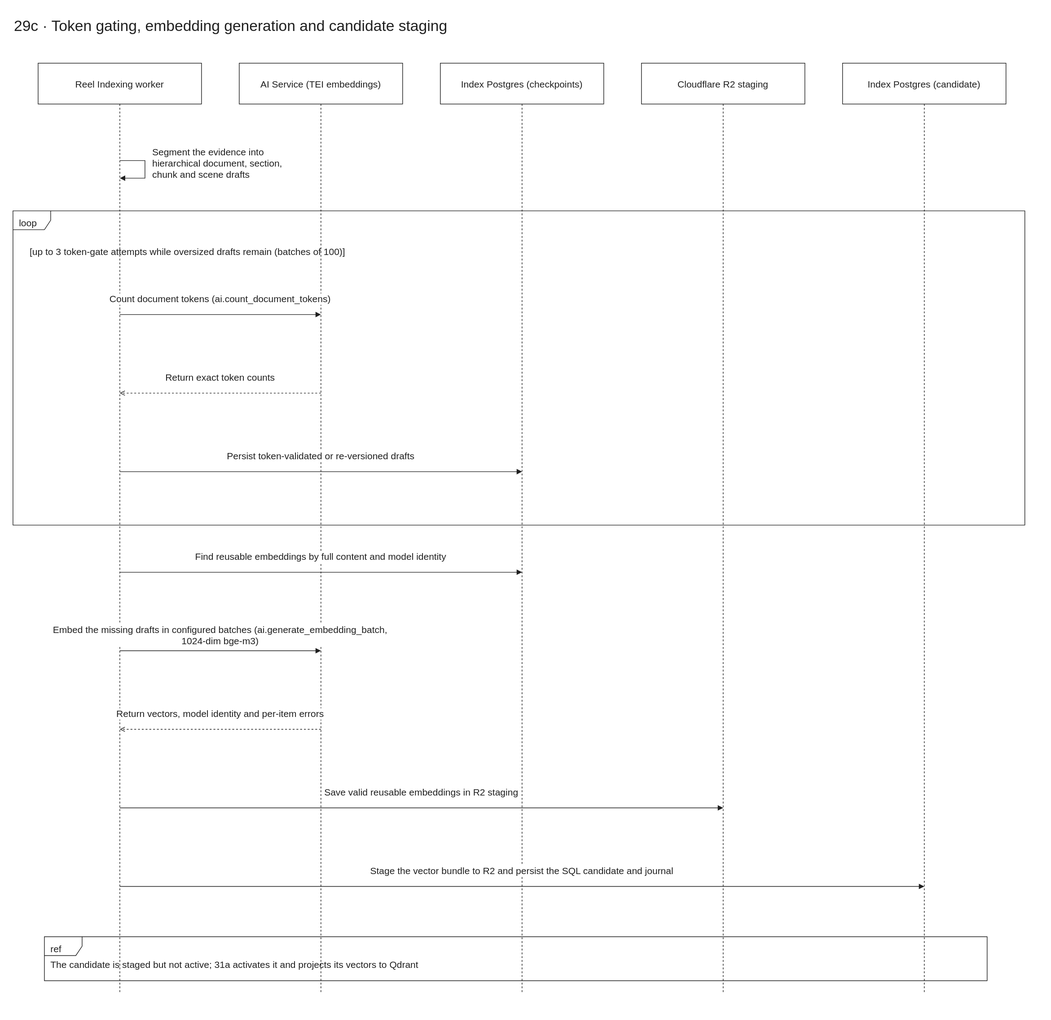
Before: docs/diagrams/velora-current/importable-svg/29c-index-vectorization-staging.drawio.svg, a diagram exported from draw.io (HieuCuteDangYeu/velora-backend). Source tidied: cells renumbered, new cells last; positions are measured from the earlier drawing's top-left corner, leaving out a move shared by most shapes.
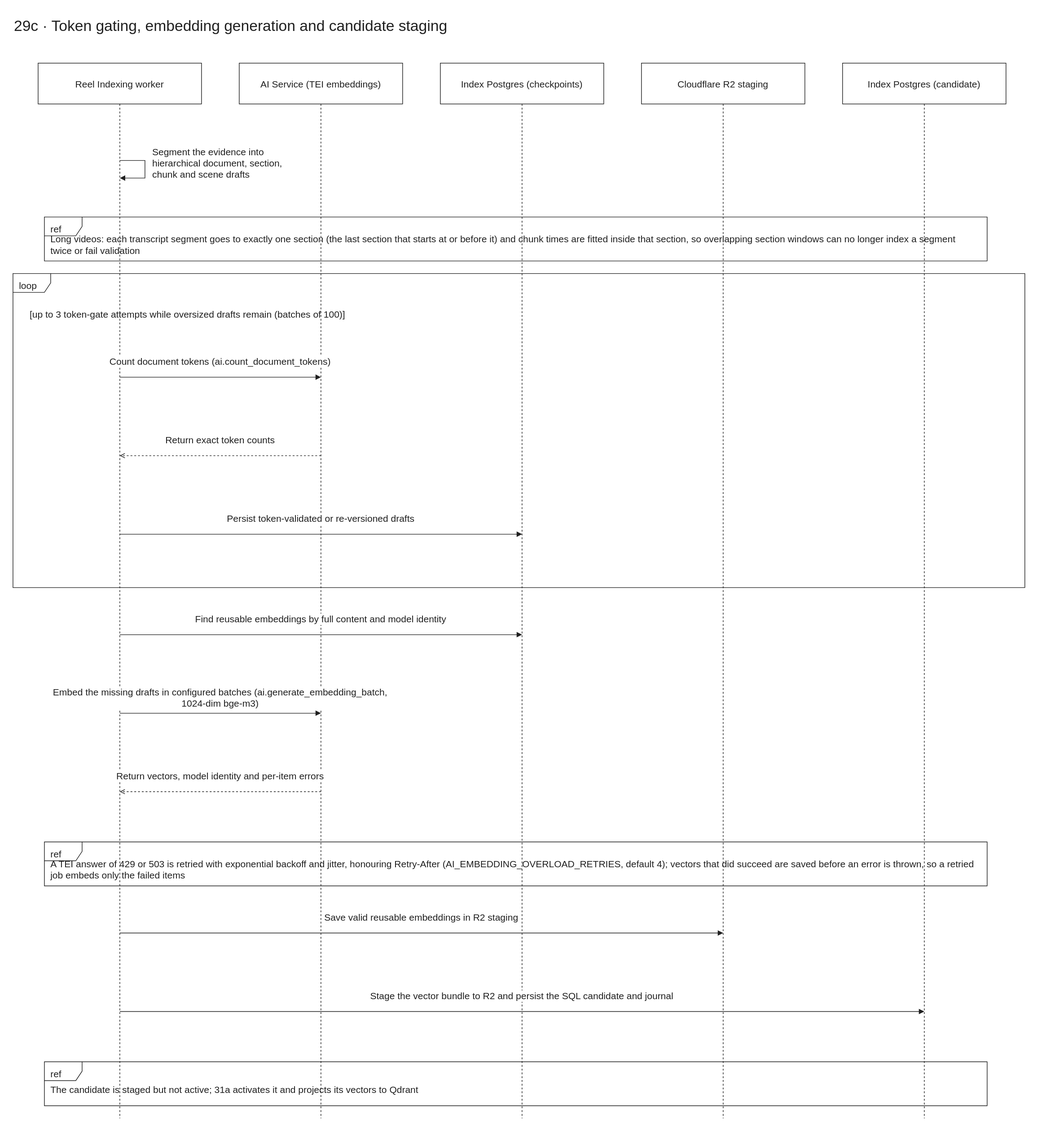
After the commit.

What changed in the source:
```diff
@@ -2,36 +2,36 @@
   <root>
     <mxCell id="0" />
     <mxCell id="1" parent="0" />
+    <mxCell id="26" style="html=1;fontFamily=Arial;fontSize=15;fontColor=light-dark(#202020,#eeeeee);strokeColor=light-dark(#202020,#eeeeee);dashed=1;endArrow=none;" parent="1" edge="1">
+      <mxGeometry relative="1" as="geometry">
+        <mxPoint x="1450" y="145" as="sourcePoint" />
+        <mxPoint x="1450" y="1760" as="targetPoint" />
+      </mxGeometry>
+    </mxCell>
+    <mxCell id="27" style="html=1;fontFamily=Arial;fontSize=15;fontColor=light-dark(#202020,#eeeeee);strokeColor=light-dark(#202020,#eeeeee);dashed=1;endArrow=none;" parent="1" edge="1">
+      <mxGeometry relative="1" as="geometry">
+        <mxPoint x="1130" y="145" as="sourcePoint" />
+        <mxPoint x="1130" y="1760" as="targetPoint" />
+      </mxGeometry>
+    </mxCell>
+    <mxCell id="28" style="html=1;fontFamily=Arial;fontSize=15;fontColor=light-dark(#202020,#eeeeee);strokeColor=light-dark(#202020,#eeeeee);dashed=1;endArrow=none;" parent="1" edge="1">
+      <mxGeometry relative="1" as="geometry">
+        <mxPoint x="810" y="145" as="sourcePoint" />
+        <mxPoint x="810" y="1760" as="targetPoint" />
+      </mxGeometry>
+    </mxCell>
+    <mxCell id="29" style="html=1;fontFamily=Arial;fontSize=15;fontColor=light-dark(#202020,#eeeeee);strokeColor=light-dark(#202020,#eeeeee);dashed=1;endArrow=none;" parent="1" edge="1">
+      <mxGeometry relative="1" as="geometry">
+        <mxPoint x="490" y="145" as="sourcePoint" />
+        <mxPoint x="490" y="1760" as="targetPoint" />
+      </mxGeometry>
+    </mxCell>
     <mxCell id="2" style="html=1;fontFamily=Arial;fontSize=15;fontColor=light-dark(#202020,#eeeeee);strokeColor=light-dark(#202020,#eeeeee);dashed=1;endArrow=none;" parent="1" edge="1">
       <mxGeometry relative="1" as="geometry">
-        <mxPoint x="1450" y="145" as="sourcePoint" />
-        <mxPoint x="1450" y="1560" as="targetPoint" />
+        <mxPoint x="170" y="145" as="sourcePoint" />
+        <mxPoint x="170" y="1760" as="targetPoint" />
       </mxGeometry>
     </mxCell>
-    <mxCell id="3" style="html=1;fontFamily=Arial;fontSize=15;fontColor=light-dark(#202020,#eeeeee);strokeColor=light-dark(#202020,#eeeeee);dashed=1;endArrow=none;" parent="1" edge="1">
-      <mxGeometry relative="1" as="geometry">
-        <mxPoint x="1130" y="145" as="sourcePoint" />
-        <mxPoint x="1130" y="1560" as="targetPoint" />
-      </mxGeometry>
-    </mxCell>
-    <mxCell id="4" style="html=1;fontFamily=Arial;fontSize=15;fontColor=light-dark(#202020,#eeeeee);strokeColor=light-dark(#202020,#eeeeee);dashed=1;endArrow=none;" parent="1" edge="1">
-      <mxGeometry relative="1" as="geometry">
-        <mxPoint x="810" y="145" as="sourcePoint" />
-        <mxPoint x="810" y="1560" as="targetPoint" />
-      </mxGeometry>
-    </mxCell>
-    <mxCell id="5" style="html=1;fontFamily=Arial;fontSize=15;fontColor=light-dark(#202020,#eeeeee);strokeColor=light-dark(#202020,#eeeeee);dashed=1;endArrow=none;" parent="1" edge="1">
-      <mxGeometry relative="1" as="geometry">
-        <mxPoint x="490" y="145" as="sourcePoint" />
-        <mxPoint x="490" y="1560" as="targetPoint" />
-      </mxGeometry>
-    </mxCell>
-    <mxCell id="6" style="html=1;fontFamily=Arial;fontSize=15;fontColor=light-dark(#202020,#eeeeee);strokeColor=light-dark(#202020,#eeeeee);dashed=1;endArrow=none;" parent="1" edge="1">
-      <mxGeometry relative="1" as="geometry">
-        <mxPoint x="170" y="145" as="sourcePoint" />
-        <mxPoint x="170" y="1560" as="targetPoint" />
-      </mxGeometry>
-    </mxCell>
     <mxCell id="7" value="29c · Token gating, embedding generation and candidate staging" style="html=1;fontFamily=Arial;fontSize=15;fontColor=light-dark(#202020,#eeeeee);strokeColor=light-dark(#202020,#eeeeee);text;fontSize=24;align=left;strokeColor=none;fillColor=none;" parent="1" vertex="1">
       <mxGeometry width="1610" height="50" as="geometry" />
     </mxCell>
@@ -61,73 +61,85 @@
         <mxPoint x="10" y="-10" as="offset" />
       </mxGeometry>
     </mxCell>
-    <mxCell id="14" value="loop" style="html=1;fontFamily=Arial;fontSize=15;fontColor=light-dark(#202020,#eeeeee);strokeColor=light-dark(#202020,#eeeeee);shape=umlFrame;fillColor=none;align=left;verticalAlign=top;spacingLeft=8;spacingTop=4;" parent="1" vertex="1">
-      <mxGeometry y="315" width="1610" height="500" as="geometry" />
+    <mxCell id="14" value="ref" style="html=1;fontFamily=Arial;fontSize=15;fontColor=light-dark(#202020,#eeeeee);strokeColor=light-dark(#202020,#eeeeee);shape=umlFrame;fillColor=light-dark(#ffffff,#181818);align=left;verticalAlign=top;spacingLeft=8;spacingTop=4;" parent="1" vertex="1">
+      <mxGeometry x="50" y="325" width="1500" height="70" as="geometry" />
     </mxCell>
-    <mxCell id="15" value="[up to 3 token-gate attempts while oversized drafts remain (batches of 100)]" style="html=1;fontFamily=Arial;fontSize=15;fontColor=light-dark(#202020,#eeeeee);strokeColor=light-dark(#202020,#eeeeee);text;whiteSpace=wrap;align=left;strokeColor=none;fillColor=none;" parent="1" vertex="1">
-      <mxGeometry x="25" y="365" width="1550" height="45" as="geometry" />
+    <mxCell id="15" value="Long videos: each transcript segment goes to exactly one section (the last section that starts at or before it) and chunk times are fitted inside that section, so overlapping section windows can no longer index a segment twice or fail validation" style="html=1;fontFamily=Arial;fontSize=15;fontColor=light-dark(#202020,#eeeeee);strokeColor=light-dark(#202020,#eeeeee);text;whiteSpace=wrap;align=left;verticalAlign=middle;strokeColor=none;fillColor=none;" parent="1" vertex="1">
+      <mxGeometry x="58" y="347" width="1480" height="44" as="geometry" />
     </mxCell>
-    <mxCell id="16" value="Count document tokens (ai.count_document_tokens)" style="html=1;fontFamily=Arial;fontSize=15;fontColor=light-dark(#202020,#eeeeee);strokeColor=light-dark(#202020,#eeeeee);endArrow=block;endFill=1;labelBackgroundColor=#ffffff;labelWidth=550;whiteSpace=wrap;align=center;" parent="1" edge="1">
-      <mxGeometry relative="1" as="geometry">
-        <mxPoint x="170" y="480" as="sourcePoint" />
-        <mxPoint x="490" y="480" as="targetPoint" />
-        <mxPoint y="-25" as="offset" />
-      </mxGeometry>
+    <mxCell id="16" value="loop" style="html=1;fontFamily=Arial;fontSize=15;fontColor=light-dark(#202020,#eeeeee);strokeColor=light-dark(#202020,#eeeeee);shape=umlFrame;fillColor=none;align=left;verticalAlign=top;spacingLeft=8;spacingTop=4;" parent="1" vertex="1">
+      <mxGeometry y="415" width="1610" height="500" as="geometry" />
     </mxCell>
-    <mxCell id="17" value="Return exact token counts" style="html=1;fontFamily=Arial;fontSize=15;fontColor=light-dark(#202020,#eeeeee);strokeColor=light-dark(#202020,#eeeeee);endArrow=open;dashed=1;labelBackgroundColor=#ffffff;labelWidth=550;whiteSpace=wrap;align=center;" parent="1" edge="1">
-      <mxGeometry relative="1" as="geometry">
-        <mxPoint x="490" y="605" as="sourcePoint" />
-        <mxPoint x="170" y="605" as="targetPoint" />
-        <mxPoint y="-25" as="offset" />
-      </mxGeometry>
+    <mxCell id="17" value="[up to 3 token-gate attempts while oversized drafts remain (batches of 100)]" style="html=1;fontFamily=Arial;fontSize=15;fontColor=light-dark(#202020,#eeeeee);strokeColor=light-dark(#202020,#eeeeee);text;whiteSpace=wrap;align=left;strokeColor=none;fillColor=none;" parent="1" vertex="1">
+      <mxGeometry x="25" y="465" width="1550" height="45" as="geometry" />
     </mxCell>
-    <mxCell id="18" value="Persist token-validated or re-versioned drafts" style="html=1;fontFamily=Arial;fontSize=15;fontColor=light-dark(#202020,#eeeeee);strokeColor=light-dark(#202020,#eeeeee);endArrow=block;endFill=1;labelBackgroundColor=#ffffff;labelWidth=550;whiteSpace=wrap;align=center;" parent="1" edge="1">
+    <mxCell id="18" value="Count document tokens (ai.count_document_tokens)" style="html=1;fontFamily=Arial;fontSize=15;fontColor=light-dark(#202020,#eeeeee);strokeColor=light-dark(#202020,#eeeeee);endArrow=block;endFill=1;labelBackgroundColor=#ffffff;labelWidth=550;whiteSpace=wrap;align=center;" parent="1" edge="1">
       <mxGeometry relative="1" as="geometry">
-        <mxPoint x="170" y="730" as="sourcePoint" />
-        <mxPoint x="810" y="730" as="targetPoint" />
+        <mxPoint x="170" y="580" as="sourcePoint" />
+        <mxPoint x="490" y="580" as="targetPoint" />
         <mxPoint y="-25" as="offset" />
       </mxGeometry>
     </mxCell>
-    <mxCell id="19" value="Find reusable embeddings by full content and model identity" style="html=1;fontFamily=Arial;fontSize=15;fontColor=light-dark(#202020,#eeeeee);strokeColor=light-dark(#202020,#eeeeee);endArrow=block;endFill=1;labelBackgroundColor=#ffffff;labelWidth=550;whiteSpace=wrap;align=center;" parent="1" edge="1">
+    <mxCell id="19" value="Return exact token counts" style="html=1;fontFamily=Arial;fontSize=15;fontColor=light-dark(#202020,#eeeeee);strokeColor=light-dark(#202020,#eeeeee);endArrow=open;dashed=1;labelBackgroundColor=#ffffff;labelWidth=550;whiteSpace=wrap;align=center;" parent="1" edge="1">
       <mxGeometry relative="1" as="geometry">
-        <mxPoint x="170" y="890" as="sourcePoint" />
-        <mxPoint x="810" y="890" as="targetPoint" />
+        <mxPoint x="490" y="705" as="sourcePoint" />
+        <mxPoint x="170" y="705" as="targetPoint" />
         <mxPoint y="-25" as="offset" />
       </mxGeometry>
     </mxCell>
-    <mxCell id="20" value="Embed the missing drafts in configured batches (ai.generate_embedding_batch, 1024-dim bge-m3)" style="html=1;fontFamily=Arial;fontSize=15;fontColor=light-dark(#202020,#eeeeee);strokeColor=light-dark(#202020,#eeeeee);endArrow=block;endFill=1;labelBackgroundColor=#ffffff;labelWidth=550;whiteSpace=wrap;align=center;" parent="1" edge="1">
+    <mxCell id="20" value="Persist token-validated or re-versioned drafts" style="html=1;fontFamily=Arial;fontSize=15;fontColor=light-dark(#202020,#eeeeee);strokeColor=light-dark(#202020,#eeeeee);endArrow=block;endFill=1;labelBackgroundColor=#ffffff;labelWidth=550;whiteSpace=wrap;align=center;" parent="1" edge="1">
       <mxGeometry relative="1" as="geometry">
-        <mxPoint x="170" y="1015" as="sourcePoint" />
-        <mxPoint x="490" y="1015" as="targetPoint" />
+        <mxPoint x="170" y="830" as="sourcePoint" />
+        <mxPoint x="810" y="830" as="targetPoint" />
         <mxPoint y="-25" as="offset" />
       </mxGeometry>
     </mxCell>
-    <mxCell id="21" value="Return vectors, model identity and per-item errors" style="html=1;fontFamily=Arial;fontSize=15;fontColor=light-dark(#202020,#eeeeee);strokeColor=light-dark(#202020,#eeeeee);endArrow=open;dashed=1;labelBackgroundColor=#ffffff;labelWidth=550;whiteSpace=wrap;align=center;" parent="1" edge="1">
+    <mxCell id="21" value="Find reusable embeddings by full content and model identity" style="html=1;fontFamily=Arial;fontSize=15;fontColor=light-dark(#202020,#eeeeee);strokeColor=light-dark(#202020,#eeeeee);endArrow=block;endFill=1;labelBackgroundColor=#ffffff;labelWidth=550;whiteSpace=wrap;align=center;" parent="1" edge="1">
       <mxGeometry relative="1" as="geometry">
-        <mxPoint x="490" y="1140" as="sourcePoint" />
-        <mxPoint x="170" y="1140" as="targetPoint" />
+        <mxPoint x="170" y="990" as="sourcePoint" />
+        <mxPoint x="810" y="990" as="targetPoint" />
         <mxPoint y="-25" as="offset" />
       </mxGeometry>
     </mxCell>
-    <mxCell id="22" value="Save valid reusable embeddings in R2 staging" style="html=1;fontFamily=Arial;fontSize=15;fontColor=light-dark(#202020,#eeeeee);strokeColor=light-dark(#202020,#eeeeee);endArrow=block;endFill=1;labelBackgroundColor=#ffffff;labelWidth=550;whiteSpace=wrap;align=center;" parent="1" edge="1">
+    <mxCell id="22" value="Embed the missing drafts in configured batches (ai.generate_embedding_batch, 1024-dim bge-m3)" style="html=1;fontFamily=Arial;fontSize=15;fontColor=light-dark(#202020,#eeeeee);strokeColor=light-dark(#202020,#eeeeee);endArrow=block;endFill=1;labelBackgroundColor=#ffffff;labelWidth=550;whiteSpace=wrap;align=center;" parent="1" edge="1">
       <mxGeometry relative="1" as="geometry">
-        <mxPoint x="170" y="1265" as="sourcePoint" />
-        <mxPoint x="1130" y="1265" as="targetPoint" />
+        <mxPoint x="170" y="1115" as="sourcePoint" />
+        <mxPoint x="490" y="1115" as="targetPoint" />
         <mxPoint y="-25" as="offset" />
       </mxGeometry>
     </mxCell>
-    <mxCell id="23" value="Stage the vector bundle to R2 and persist the SQL candidate and journal" style="html=1;fontFamily=Arial;fontSize=15;fontColor=light-dark(#202020,#eeeeee);strokeColor=light-dark(#202020,#eeeeee);endArrow=block;endFill=1;labelBackgroundColor=#ffffff;labelWidth=550;whiteSpace=wrap;align=center;" parent="1" edge="1">
+    <mxCell id="23" value="Return vectors, model identity and per-item errors" style="html=1;fontFamily=Arial;fontSize=15;fontColor=light-dark(#202020,#eeeeee);strokeColor=light-dark(#202020,#eeeeee);endArrow=open;dashed=1;labelBackgroundColor=#ffffff;labelWidth=550;whiteSpace=wrap;align=center;" parent="1" edge="1">
       <mxGeometry relative="1" as="geometry">
-        <mxPoint x="170" y="1390" as="sourcePoint" />
-        <mxPoint x="1450" y="1390" as="targetPoint" />
+        <mxPoint x="490" y="1240" as="sourcePoint" />
+        <mxPoint x="170" y="1240" as="targetPoint" />
         <mxPoint y="-25" as="offset" />
       </mxGeometry>
     </mxCell>
     <mxCell id="24" value="ref" style="html=1;fontFamily=Arial;fontSize=15;fontColor=light-dark(#202020,#eeeeee);strokeColor=light-dark(#202020,#eeeeee);shape=umlFrame;fillColor=light-dark(#ffffff,#181818);align=left;verticalAlign=top;spacingLeft=8;spacingTop=4;" parent="1" vertex="1">
-      <mxGeometry x="50" y="1470" width="1500" height="70" as="geometry" />
+      <mxGeometry x="50" y="1320" width="1500" height="70" as="geometry" />
     </mxCell>
-    <mxCell id="25" value="The candidate is staged but not active; 31a activates it and projects its vectors to Qdrant" style="html=1;fontFamily=Arial;fontSize=15;fontColor=light-dark(#202020,#eeeeee);strokeColor=light-dark(#202020,#eeeeee);text;whiteSpace=wrap;align=left;verticalAlign=middle;strokeColor=none;fillColor=none;" parent="1" vertex="1">
-      <mxGeometry x="58" y="1492" width="1480" height="44" as="geometry" />
+    <mxCell id="25" value="A TEI answer of 429 or 503 is retried with exponential backoff and jitter, honouring Retry-After (AI_EMBEDDING_OVERLOAD_RETRIES, default 4); vectors that did succeed are saved before an error is thrown, so a retried job embeds only the failed items" style="html=1;fontFamily=Arial;fontSize=15;fontColor=light-dark(#202020,#eeeeee);strokeColor=light-dark(#202020,#eeeeee);text;whiteSpace=wrap;align=left;verticalAlign=middle;strokeColor=none;fillColor=none;" parent="1" vertex="1">
+      <mxGeometry x="58" y="1342" width="1480" height="44" as="geometry" />
     </mxCell>
+    <mxCell id="30" value="Save valid reusable embeddings in R2 staging" style="html=1;fontFamily=Arial;fontSize=15;fontColor=light-dark(#202020,#eeeeee);strokeColor=light-dark(#202020,#eeeeee);endArrow=block;endFill=1;labelBackgroundColor=#ffffff;labelWidth=550;whiteSpace=wrap;align=center;" parent="1" edge="1">
+      <mxGeometry relative="1" as="geometry">
+        <mxPoint x="170" y="1465" as="sourcePoint" />
+        <mxPoint x="1130" y="1465" as="targetPoint" />
+        <mxPoint y="-25" as="offset" />
+      </mxGeometry>
+    </mxCell>
+    <mxCell id="31" value="Stage the vector bundle to R2 and persist the SQL candidate and journal" style="html=1;fontFamily=Arial;fontSize=15;fontColor=light-dark(#202020,#eeeeee);strokeColor=light-dark(#202020,#eeeeee);endArrow=block;endFill=1;labelBackgroundColor=#ffffff;labelWidth=550;whiteSpace=wrap;align=center;" parent="1" edge="1">
+      <mxGeometry relative="1" as="geometry">
+        <mxPoint x="170" y="1590" as="sourcePoint" />
+        <mxPoint x="1450" y="1590" as="targetPoint" />
+        <mxPoint y="-25" as="offset" />
+      </mxGeometry>
+    </mxCell>
+    <mxCell id="32" value="ref" style="html=1;fontFamily=Arial;fontSize=15;fontColor=light-dark(#202020,#eeeeee);strokeColor=light-dark(#202020,#eeeeee);shape=umlFrame;fillColor=light-dark(#ffffff,#181818);align=left;verticalAlign=top;spacingLeft=8;spacingTop=4;" parent="1" vertex="1">
+      <mxGeometry x="50" y="1670" width="1500" height="70" as="geometry" />
+    </mxCell>
+    <mxCell id="33" value="The candidate is staged but not active; 31a activates it and projects its vectors to Qdrant" style="html=1;fontFamily=Arial;fontSize=15;fontColor=light-dark(#202020,#eeeeee);strokeColor=light-dark(#202020,#eeeeee);text;whiteSpace=wrap;align=left;verticalAlign=middle;strokeColor=none;fillColor=none;" parent="1" vertex="1">
+      <mxGeometry x="58" y="1692" width="1480" height="44" as="geometry" />
+    </mxCell>
   </root>
 </mxGraphModel>
```
